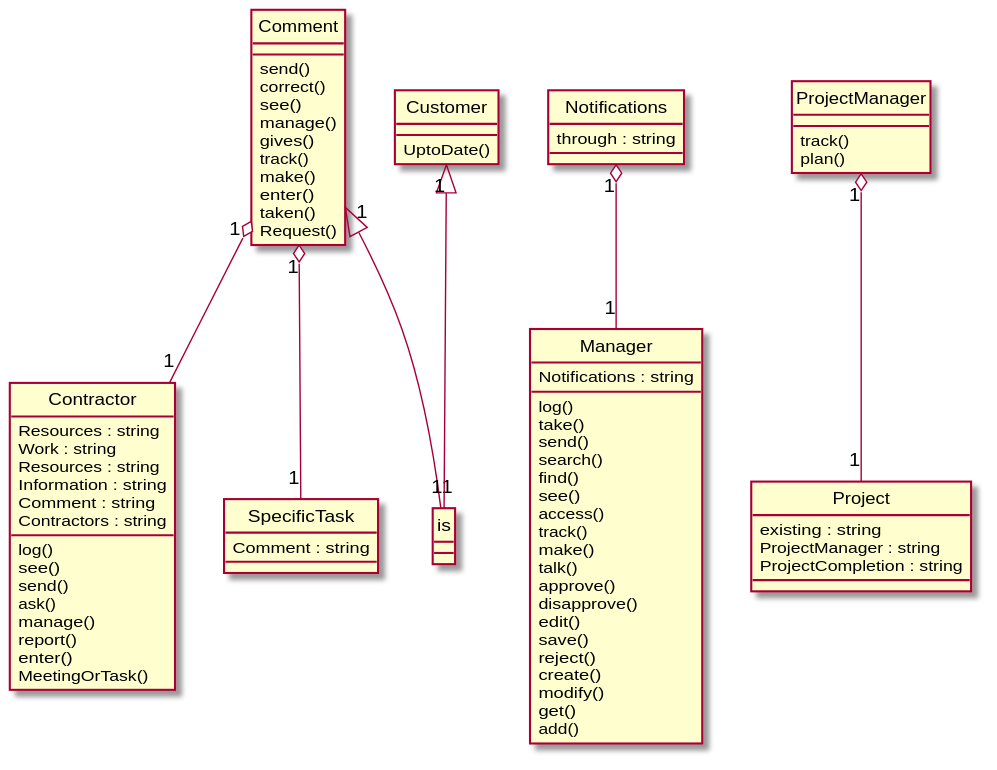
Earlier version of the PlantUML export Diagrams/2015-USC-Project06.svg (xixixhalu/DomainModelExtractor). The source it was exported from:
```plantuml
@startuml
hide circle
class Contractor {
	Resources : string
	Work : string
	Resources : string
	Information : string
	Comment : string
	Contractors : string
	log()
	see()
	send()
	ask()
	manage()
	report()
	enter()
	MeetingOrTask()
}
class Manager {
	Notifications : string
	log()
	take()
	send()
	search()
	find()
	see()
	access()
	track()
	make()
	talk()
	approve()
	disapprove()
	edit()
	save()
	reject()
	create()
	modify()
	get()
	add()
}
class Notifications {
	through : string
}
class SpecificTask {
	Comment : string
}
class Project {
	existing : string
	ProjectManager : string
	ProjectCompletion : string
}
class ProjectManager {
	track()
	plan()
}
class Customer {
	UptoDate()
}
class Comment {
	send()
	correct()
	see()
	manage()
	gives()
	track()
	make()
	enter()
	taken()
	Request()
}
Comment "1" <|-- "1" is
Comment "1" o-- "1" SpecificTask
Notifications "1" o-- "1" Manager
ProjectManager "1" o-- "1" Project
Comment "1" o-- "1" Contractor
Customer "1" <|-- "1" is
@enduml
```
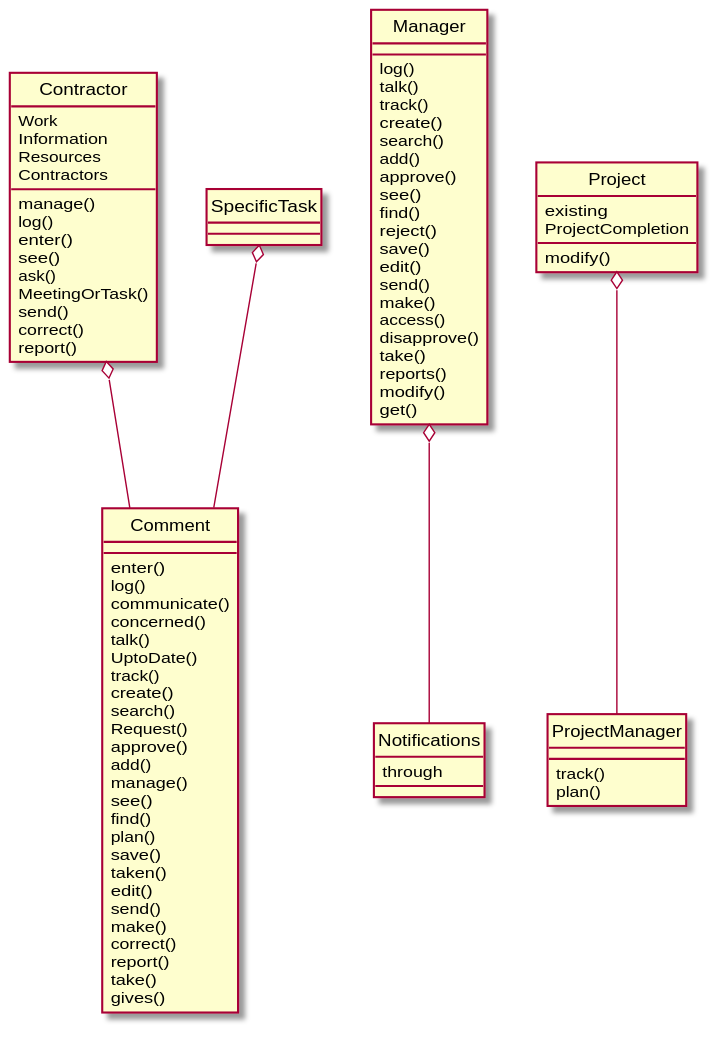
Above is the later version.

Change to the diagram source:
```diff
@@ -1,77 +1,85 @@
 @startuml
 hide circle
 class Contractor {
-	Resources : string
-	Work : string
-	Resources : string
-	Information : string
-	Comment : string
-	Contractors : string
+	Work
+	Information
+	Resources
+	Contractors
+	manage()
 	log()
+	enter()
 	see()
+	ask()
+	MeetingOrTask()
 	send()
-	ask()
-	manage()
+	correct()
 	report()
-	enter()
-	MeetingOrTask()
 }
 class Manager {
-	Notifications : string
 	log()
+	talk()
+	track()
+	create()
+	search()
+	add()
+	approve()
+	see()
+	find()
+	reject()
+	save()
+	edit()
+	send()
+	make()
+	access()
+	disapprove()
 	take()
-	send()
-	search()
-	find()
-	see()
-	access()
-	track()
-	make()
-	talk()
-	approve()
-	disapprove()
-	edit()
-	save()
-	reject()
-	create()
+	reports()
 	modify()
 	get()
-	add()
 }
 class Notifications {
-	through : string
+	through
 }
 class SpecificTask {
-	Comment : string
 }
 class Project {
-	existing : string
-	ProjectManager : string
-	ProjectCompletion : string
+	existing
+	ProjectCompletion
+	modify()
 }
 class ProjectManager {
 	track()
 	plan()
 }
-class Customer {
+class Comment {
+	enter()
+	log()
+	communicate()
+	concerned()
+	talk()
 	UptoDate()
+	track()
+	create()
+	search()
+	Request()
+	approve()
+	add()
+	manage()
+	see()
+	find()
+	plan()
+	save()
+	taken()
+	edit()
+	send()
+	make()
+	correct()
+	report()
+	take()
+	gives()
 }
-class Comment {
-	send()
-	correct()
-	see()
-	manage()
-	gives()
-	track()
-	make()
-	enter()
-	taken()
-	Request()
-}
-Comment "1" <|-- "1" is
-Comment "1" o-- "1" SpecificTask
-Notifications "1" o-- "1" Manager
-ProjectManager "1" o-- "1" Project
-Comment "1" o-- "1" Contractor
-Customer "1" <|-- "1" is
+SpecificTask o-- Comment
+Manager o-- Notifications
+Contractor o-- Comment
+Project o-- ProjectManager
 @enduml
```
